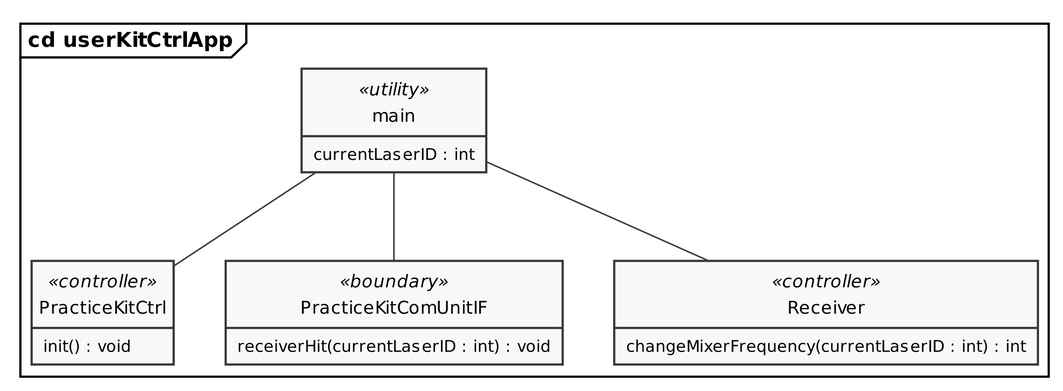
Earlier version of the PlantUML export PlantUML/out/practiceKitCtrlApp_cd.png (LasseKrarup/Laser-Tag-Project).
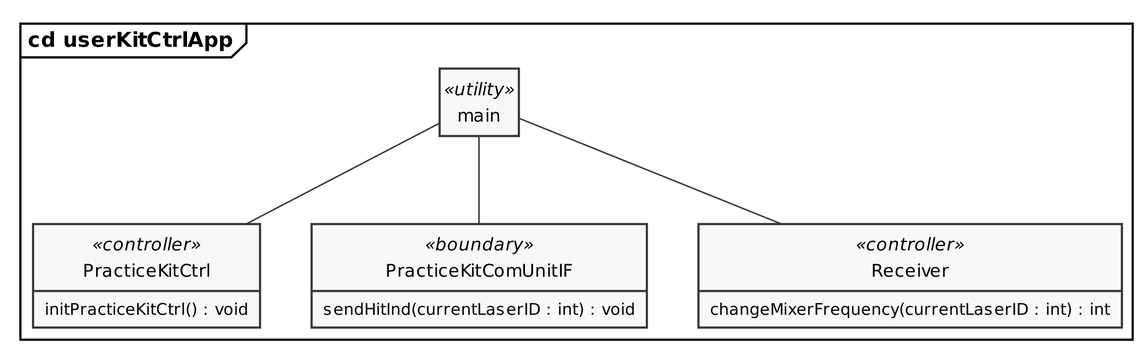
After the commit.

Commit message:
Updated practiceKitCtrl diagrams

What changed in the source:
```diff
@@ -15,15 +15,14 @@
 frame "cd userKitCtrlApp" {
 
     class main <<utility>> {
-        currentLaserID : int
     }
 
     class PracticeKitCtrl <<controller>> {
-        init() : void
+        initPracticeKitCtrl() : void
     }
 
     class PracticeKitComUnitIF <<boundary>> {
-        receiverHit(currentLaserID : int) : void
+        sendHitInd(currentLaserID : int) : void
     }
 
     class Receiver <<controller>> {
```
